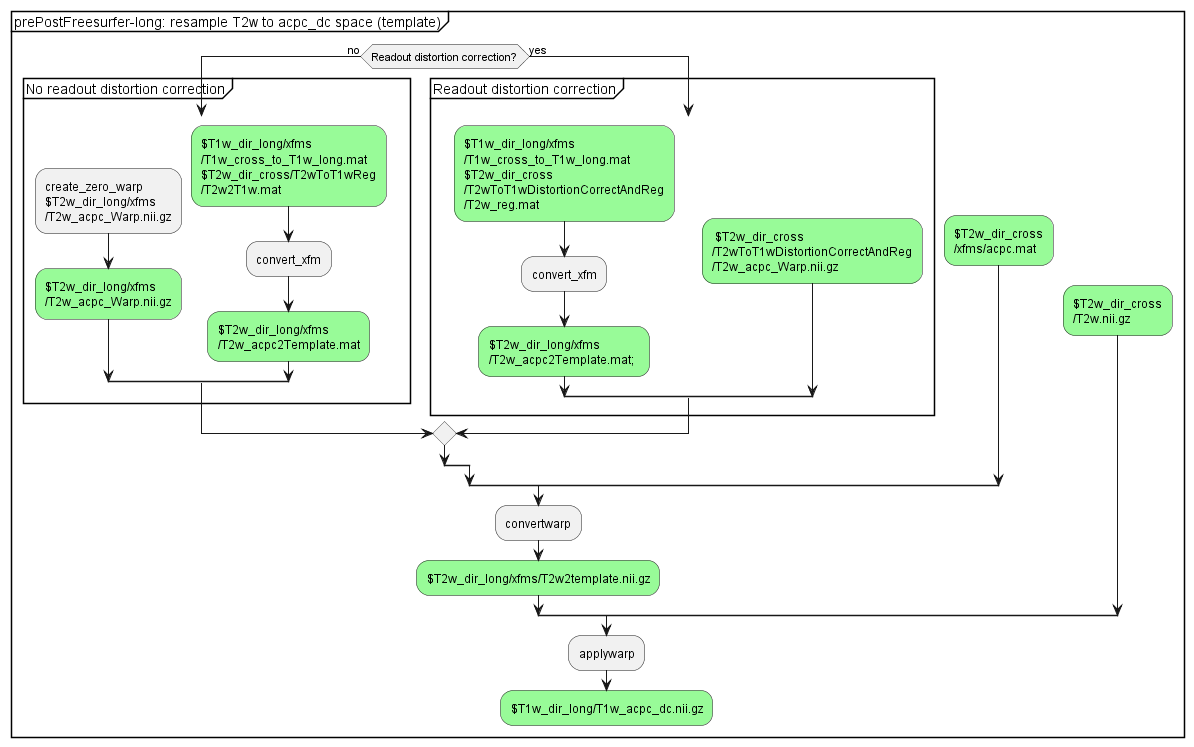
Before: docs/diagrams/out/PrePostFreesurferPipeline-long.T2w2acpc_dc_template.png, a diagram exported from PlantUML (Washington-University/HCPpipelines). Its diagram source:
```plantuml
@startuml
group prePostFreesurfer-long: resample T2w to acpc_dc space (template)
split
    -[hidden]->
    split
        -[hidden]->
        split
            -[hidden]->
            if (Readout distortion correction?) then (no)
                group No readout distortion correction
                    split
                        -[hidden]->
                        :create_zero_warp
                        $T2w_dir_long/xfms
                        /T2w_acpc_Warp.nii.gz;
                        #palegreen:$T2w_dir_long/xfms
                        /T2w_acpc_Warp.nii.gz;
                    split again
                        -[hidden]->
                        #palegreen:$T1w_dir_long/xfms
                        /T1w_cross_to_T1w_long.mat
                        $T2w_dir_cross/T2wToT1wReg
                        /T2w2T1w.mat;
                        :convert_xfm;
                        #palegreen:$T2w_dir_long/xfms
                        /T2w_acpc2Template.mat;
                    end split
                end group
            else (yes)
                group Readout distortion correction
                   split
                   -[hidden]->
                    #palegreen:$T1w_dir_long/xfms
                    /T1w_cross_to_T1w_long.mat
                    $T2w_dir_cross
                    /T2wToT1wDistortionCorrectAndReg
                    /T2w_reg.mat;
                    :convert_xfm;
                    #palegreen:$T2w_dir_long/xfms
                    /T2w_acpc2Template.mat;
                    split again
                    -[hidden]->
                    #palegreen: $T2w_dir_cross
                    /T2wToT1wDistortionCorrectAndReg
                    /T2w_acpc_Warp.nii.gz;
                    end split
                end group
            endif
        end split
    split again
        -[hidden]->
        #palegreen:$T2w_dir_cross
        /xfms/acpc.mat;
    end split
    :convertwarp;
    #palegreen:$T2w_dir_long/xfms/T2w2template.nii.gz;
    split again
        -[hidden]->
        #palegreen:$T2w_dir_cross
        /T2w.nii.gz;
    end split
    :applywarp;
    #palegreen:$T1w_dir_long/T1w_acpc_dc.nii.gz;
end group

@enduml
```
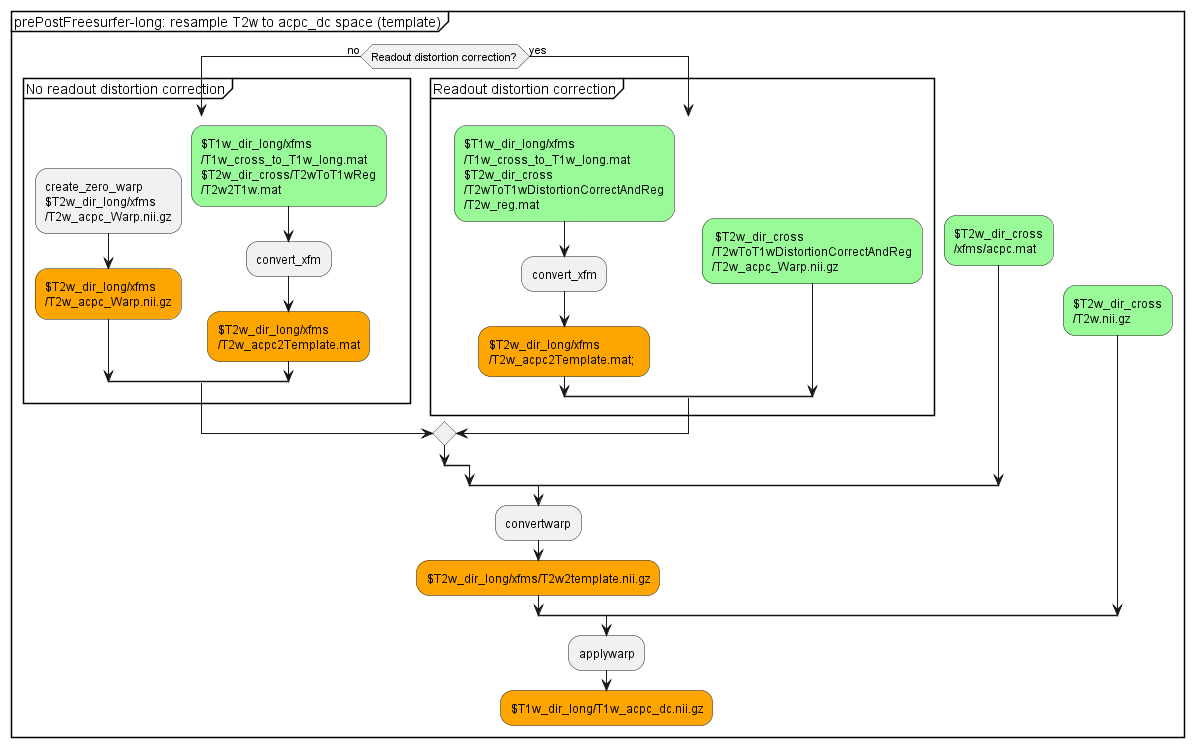
Above is the later version.

Diff of the diagram source:
```diff
@@ -7,13 +7,14 @@
         split
             -[hidden]->
             if (Readout distortion correction?) then (no)
+
                 group No readout distortion correction
                     split
                         -[hidden]->
                         :create_zero_warp
                         $T2w_dir_long/xfms
                         /T2w_acpc_Warp.nii.gz;
-                        #palegreen:$T2w_dir_long/xfms
+                        #orange:$T2w_dir_long/xfms
                         /T2w_acpc_Warp.nii.gz;
                     split again
                         -[hidden]->
@@ -22,7 +23,7 @@
                         $T2w_dir_cross/T2wToT1wReg
                         /T2w2T1w.mat;
                         :convert_xfm;
-                        #palegreen:$T2w_dir_long/xfms
+                        #orange:$T2w_dir_long/xfms
                         /T2w_acpc2Template.mat;
                     end split
                 end group
@@ -36,7 +37,7 @@
                     /T2wToT1wDistortionCorrectAndReg
                     /T2w_reg.mat;
                     :convert_xfm;
-                    #palegreen:$T2w_dir_long/xfms
+                    #orange:$T2w_dir_long/xfms
                     /T2w_acpc2Template.mat;
                     split again
                     -[hidden]->
@@ -53,14 +54,14 @@
         /xfms/acpc.mat;
     end split
     :convertwarp;
-    #palegreen:$T2w_dir_long/xfms/T2w2template.nii.gz;
+    #orange:$T2w_dir_long/xfms/T2w2template.nii.gz;
     split again
         -[hidden]->
         #palegreen:$T2w_dir_cross
         /T2w.nii.gz;
     end split
     :applywarp;
-    #palegreen:$T1w_dir_long/T1w_acpc_dc.nii.gz;
+    #orange:$T1w_dir_long/T1w_acpc_dc.nii.gz;
 end group
 
 @enduml
```
